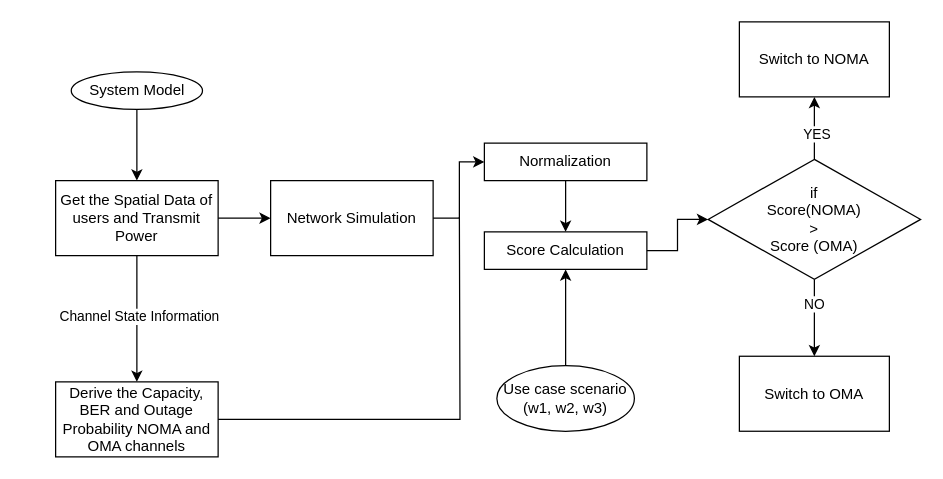
Lazarus-GS/NOMA-Diagrams keeps this draw.io diagram as page "Page-4" (4 of 4) of SystemSetup.drawio. Above is the earlier version. Source tidied: cells renumbered, new cells numbered last; positions are measured from the earlier drawing's top-left corner, leaving out a move shared by most shapes. Both pictures are drawn from the tidied source at 125%, with x=0, y=0 at pixel (55, 21).
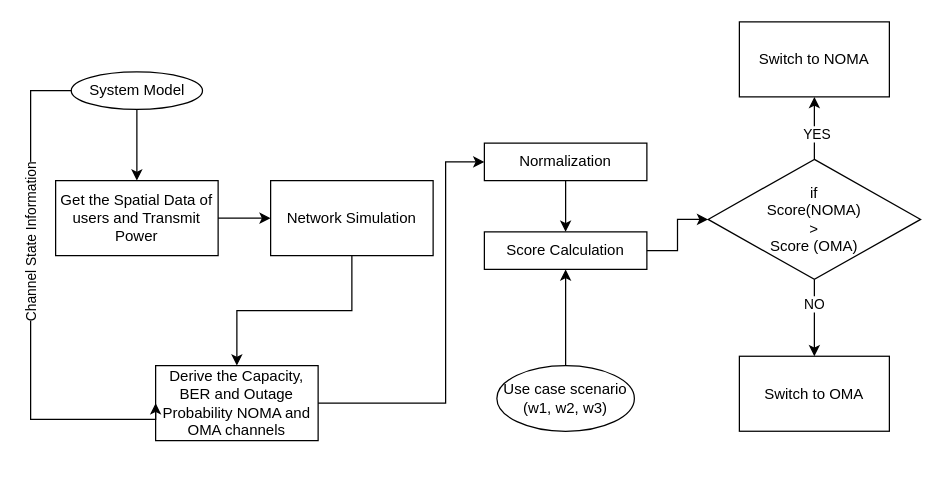
Above is the later version.

The change refers to these unchanged cells:
```xml
<mxCell id="5" value="Get the Spatial Data of users and Transmit Power" style="rounded=0;whiteSpace=wrap;html=1;fillColor=none;rotation=0;" parent="1" vertex="1">
  <mxGeometry y="127" width="130" height="60" as="geometry" />
</mxCell>
<mxCell id="9" value="Network Simulation" style="rounded=0;whiteSpace=wrap;html=1;fillColor=none;rotation=0;" parent="1" vertex="1">
  <mxGeometry x="172" y="127" width="130" height="60" as="geometry" />
</mxCell>
<mxCell id="11" value="Normalization" style="rounded=0;whiteSpace=wrap;html=1;fillColor=none;rotation=0;" parent="1" vertex="1">
  <mxGeometry x="343" y="97" width="130" height="30" as="geometry" />
</mxCell>
<mxCell id="22" value="System Model" style="ellipse;whiteSpace=wrap;html=1;fillColor=none;rounded=0;rotation=0;" parent="1" vertex="1">
  <mxGeometry x="12.5" y="40" width="105" height="30" as="geometry" />
</mxCell>
```

The edit, as a diff of the source:
```diff
@@
-    <mxCell id="3" style="edgeStyle=orthogonalEdgeStyle;rounded=0;jettySize=auto;html=1;exitX=0.5;exitY=1;exitDx=0;exitDy=0;entryX=0.5;entryY=0;entryDx=0;entryDy=0;" parent="1" edge="1" source="5" target="7">
-      <mxGeometry relative="1" as="geometry" />
-    </mxCell>
-    <mxCell id="4" value="Channel State Information" style="edgeLabel;html=1;align=center;verticalAlign=middle;" parent="3" vertex="1">
-      <mxGeometry x="-0.04" y="1" relative="1" as="geometry" />
-    </mxCell>
@@
-    <mxCell id="6" style="edgeStyle=orthogonalEdgeStyle;rounded=0;jettySize=auto;html=1;exitX=1;exitY=0.5;exitDx=0;exitDy=0;endArrow=none;endFill=0;" parent="1" edge="1" source="7">
-      <mxGeometry relative="1" as="geometry">
-        <mxPoint x="323" y="156" as="targetPoint" />
-      </mxGeometry>
-    </mxCell>
+    <mxCell id="25" style="edgeStyle=orthogonalEdgeStyle;rounded=0;jettySize=auto;html=1;exitX=1;exitY=0.5;exitDx=0;exitDy=0;entryX=0;entryY=0.5;entryDx=0;entryDy=0;" parent="1" edge="1" source="7" target="11">
+      <mxGeometry relative="1" as="geometry">
+        <Array as="points">
+          <mxPoint x="312" y="305" />
+          <mxPoint x="312" y="112" />
+        </Array>
+      </mxGeometry>
+    </mxCell>
     <mxCell id="7" value="Derive the Capacity, BER and Outage Probability NOMA and OMA channels" style="rounded=0;whiteSpace=wrap;html=1;fillColor=none;rotation=0;" parent="1" vertex="1">
-      <mxGeometry y="288" width="130" height="60" as="geometry" />
+      <mxGeometry x="80" y="275" width="130" height="60" as="geometry" />
     </mxCell>
-    <mxCell id="8" style="edgeStyle=orthogonalEdgeStyle;rounded=0;jettySize=auto;html=1;exitX=1;exitY=0.5;exitDx=0;exitDy=0;entryX=0;entryY=0.5;entryDx=0;entryDy=0;" parent="1" edge="1" source="9" target="11">
-      <mxGeometry relative="1" as="geometry">
-        <Array as="points">
-          <mxPoint x="323" y="157" />
-          <mxPoint x="323" y="112" />
-        </Array>
-      </mxGeometry>
-    </mxCell>
+    <mxCell id="26" style="edgeStyle=orthogonalEdgeStyle;rounded=0;jettySize=auto;html=1;entryX=0.5;entryY=0;entryDx=0;entryDy=0;exitX=0.5;exitY=1;exitDx=0;exitDy=0;" parent="1" edge="1" source="9" target="7">
+      <mxGeometry relative="1" as="geometry" />
+    </mxCell>
@@
+    <mxCell id="27" style="edgeStyle=orthogonalEdgeStyle;rounded=0;jettySize=auto;html=1;entryX=0;entryY=0.5;entryDx=0;entryDy=0;" parent="1" edge="1" source="22" target="7">
+      <mxGeometry relative="1" as="geometry">
+        <Array as="points">
+          <mxPoint x="-20" y="55" />
+          <mxPoint x="-20" y="318" />
+        </Array>
+      </mxGeometry>
+    </mxCell>
+    <mxCell id="4" value="Channel State Information" style="edgeLabel;html=1;align=center;verticalAlign=middle;rotation=-90;" parent="27" vertex="1">
+      <mxGeometry x="0.02" y="-1" relative="1" as="geometry">
+        <mxPoint x="1" y="-53" as="offset" />
+      </mxGeometry>
+    </mxCell>
```
